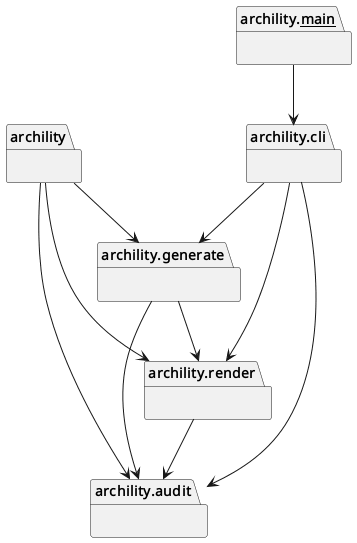
This is docs/diagrams/python-packages.puml.png from casonk/archility, a PlantUML export, as it was before one commit. The source it was exported from:
```plantuml
@startuml packages_archility
set namespaceSeparator none
package "archility" as archility {
}
package "archility.__main__" as archility.__main__ {
}
package "archility.audit" as archility.audit {
}
package "archility.cli" as archility.cli {
}
package "archility.generate" as archility.generate {
}
package "archility.render" as archility.render {
}
archility --> archility.audit
archility --> archility.generate
archility --> archility.render
archility.__main__ --> archility.cli
archility.cli --> archility.audit
archility.cli --> archility.generate
archility.cli --> archility.render
archility.generate --> archility.audit
archility.generate --> archility.render
archility.render --> archility.audit
@enduml
```
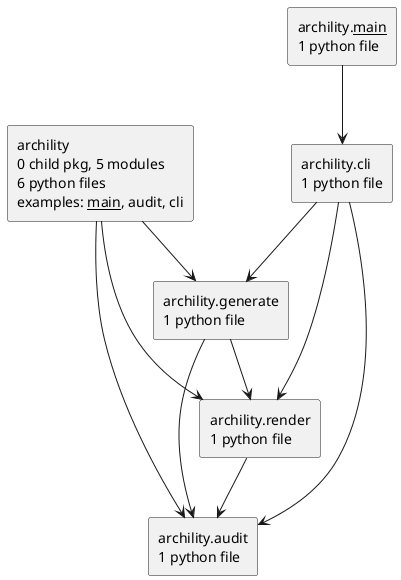
The same file after the commit.

The edit, as a diff of the source:
```diff
@@ -1,17 +1,13 @@
 @startuml packages_archility
 set namespaceSeparator none
-package "archility" as archility {
-}
-package "archility.__main__" as archility.__main__ {
-}
-package "archility.audit" as archility.audit {
-}
-package "archility.cli" as archility.cli {
-}
-package "archility.generate" as archility.generate {
-}
-package "archility.render" as archility.render {
-}
+top to bottom direction
+skinparam componentStyle rectangle
+rectangle "archility\n0 child pkg, 5 modules\n6 python files\nexamples: __main__, audit, cli" as archility
+rectangle "archility.__main__\n1 python file" as archility.__main__
+rectangle "archility.audit\n1 python file" as archility.audit
+rectangle "archility.cli\n1 python file" as archility.cli
+rectangle "archility.generate\n1 python file" as archility.generate
+rectangle "archility.render\n1 python file" as archility.render
 archility --> archility.audit
 archility --> archility.generate
 archility --> archility.render
```
